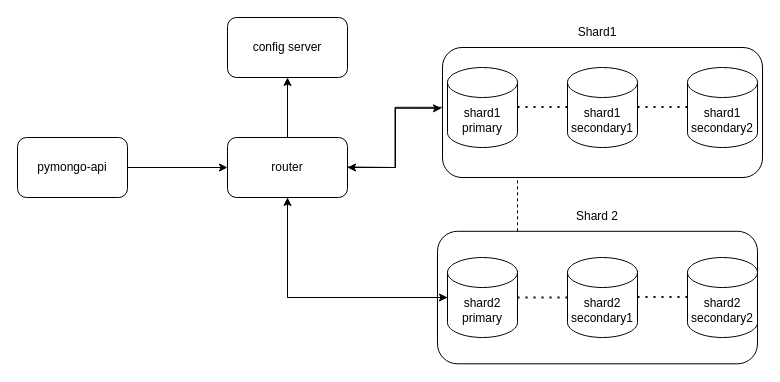
The draw.io diagram diagrams/task1-2.drawio in sproggi/architecture-black_friday, before the edit. Source tidied: cells renumbered, new cells numbered last; positions are measured from the earlier drawing's top-left corner, leaving out a move shared by most shapes. Both pictures are drawn from the tidied source at 100%, with x=0, y=0 at pixel (17, 17).
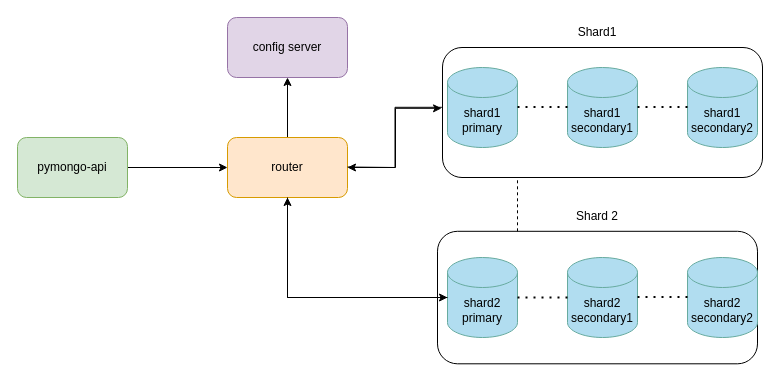
Above is the later version.

Diff of the diagram source:
```diff
@@
-    <mxCell id="4" value="shard2&lt;br&gt;primary" style="shape=cylinder3;whiteSpace=wrap;html=1;boundedLbl=1;backgroundOutline=1;size=15;" parent="1" vertex="1">
+    <mxCell id="4" value="shard2&lt;br&gt;primary" style="shape=cylinder3;whiteSpace=wrap;html=1;boundedLbl=1;backgroundOutline=1;size=15;fillColor=#b1ddf0;strokeColor=#67ab9f;" parent="1" vertex="1">
       <mxGeometry x="430" y="240" width="70" height="80" as="geometry" />
     </mxCell>
@@
-    <mxCell id="6" value="pymongo-api" style="rounded=1;whiteSpace=wrap;html=1;" parent="1" vertex="1">
+    <mxCell id="6" value="pymongo-api" style="rounded=1;whiteSpace=wrap;html=1;fillColor=#d5e8d4;strokeColor=#82b366;" parent="1" vertex="1">
       <mxGeometry y="120" width="110" height="60" as="geometry" />
     </mxCell>
-    <mxCell id="7" value="shard1&lt;br&gt;primary" style="shape=cylinder3;whiteSpace=wrap;html=1;boundedLbl=1;backgroundOutline=1;size=15;" parent="1" vertex="1">
+    <mxCell id="7" value="shard1&lt;br&gt;primary" style="shape=cylinder3;whiteSpace=wrap;html=1;boundedLbl=1;backgroundOutline=1;size=15;fillColor=#b1ddf0;strokeColor=#67ab9f;" parent="1" vertex="1">
       <mxGeometry x="430" y="50" width="70" height="80" as="geometry" />
     </mxCell>
@@
-    <mxCell id="9" value="router" style="rounded=1;whiteSpace=wrap;html=1;" parent="1" vertex="1">
+    <mxCell id="9" value="router" style="rounded=1;whiteSpace=wrap;html=1;fillColor=#ffe6cc;strokeColor=#d79b00;" parent="1" vertex="1">
       <mxGeometry x="210" y="120" width="120" height="60" as="geometry" />
     </mxCell>
@@
-    <mxCell id="11" value="config server" style="rounded=1;whiteSpace=wrap;html=1;" parent="1" vertex="1">
+    <mxCell id="11" value="config server" style="rounded=1;whiteSpace=wrap;html=1;fillColor=#e1d5e7;strokeColor=#9673a6;" parent="1" vertex="1">
       <mxGeometry x="210" width="120" height="60" as="geometry" />
     </mxCell>
@@
-    <mxCell id="15" value="shard1&lt;br&gt;secondary1" style="shape=cylinder3;whiteSpace=wrap;html=1;boundedLbl=1;backgroundOutline=1;size=15;" parent="1" vertex="1">
+    <mxCell id="15" value="shard1&lt;br&gt;secondary1" style="shape=cylinder3;whiteSpace=wrap;html=1;boundedLbl=1;backgroundOutline=1;size=15;fillColor=#b1ddf0;strokeColor=#67ab9f;" parent="1" vertex="1">
       <mxGeometry x="550" y="50" width="70" height="80" as="geometry" />
     </mxCell>
-    <mxCell id="16" value="shard1&lt;br&gt;secondary2" style="shape=cylinder3;whiteSpace=wrap;html=1;boundedLbl=1;backgroundOutline=1;size=15;" parent="1" vertex="1">
+    <mxCell id="16" value="shard1&lt;br&gt;secondary2" style="shape=cylinder3;whiteSpace=wrap;html=1;boundedLbl=1;backgroundOutline=1;size=15;fillColor=#b1ddf0;strokeColor=#67ab9f;" parent="1" vertex="1">
       <mxGeometry x="670" y="50" width="70" height="80" as="geometry" />
     </mxCell>
-    <mxCell id="17" value="&lt;span style=&quot;color: rgb(0, 0, 0);&quot;&gt;shard2&lt;/span&gt;&lt;br style=&quot;color: rgb(63, 63, 63); scrollbar-color: rgb(226, 226, 226) rgb(251, 251, 251);&quot;&gt;&lt;span style=&quot;color: rgb(0, 0, 0);&quot;&gt;secondary1&lt;/span&gt;" style="shape=cylinder3;whiteSpace=wrap;html=1;boundedLbl=1;backgroundOutline=1;size=15;" parent="1" vertex="1">
+    <mxCell id="17" value="&lt;span style=&quot;color: rgb(0, 0, 0);&quot;&gt;shard2&lt;/span&gt;&lt;br style=&quot;color: rgb(63, 63, 63); scrollbar-color: rgb(226, 226, 226) rgb(251, 251, 251);&quot;&gt;&lt;span style=&quot;color: rgb(0, 0, 0);&quot;&gt;secondary1&lt;/span&gt;" style="shape=cylinder3;whiteSpace=wrap;html=1;boundedLbl=1;backgroundOutline=1;size=15;fillColor=#b1ddf0;strokeColor=#67ab9f;" parent="1" vertex="1">
       <mxGeometry x="550" y="240" width="70" height="80" as="geometry" />
     </mxCell>
-    <mxCell id="18" value="&lt;span style=&quot;color: rgb(0, 0, 0);&quot;&gt;shard2&lt;/span&gt;&lt;br style=&quot;color: rgb(63, 63, 63); scrollbar-color: rgb(226, 226, 226) rgb(251, 251, 251);&quot;&gt;&lt;span style=&quot;color: rgb(0, 0, 0);&quot;&gt;secondary2&lt;/span&gt;" style="shape=cylinder3;whiteSpace=wrap;html=1;boundedLbl=1;backgroundOutline=1;size=15;" parent="1" vertex="1">
+    <mxCell id="18" value="&lt;span style=&quot;color: rgb(0, 0, 0);&quot;&gt;shard2&lt;/span&gt;&lt;br style=&quot;color: rgb(63, 63, 63); scrollbar-color: rgb(226, 226, 226) rgb(251, 251, 251);&quot;&gt;&lt;span style=&quot;color: rgb(0, 0, 0);&quot;&gt;secondary2&lt;/span&gt;" style="shape=cylinder3;whiteSpace=wrap;html=1;boundedLbl=1;backgroundOutline=1;size=15;fillColor=#b1ddf0;strokeColor=#67ab9f;" parent="1" vertex="1">
       <mxGeometry x="670" y="240" width="70" height="80" as="geometry" />
     </mxCell>
```
